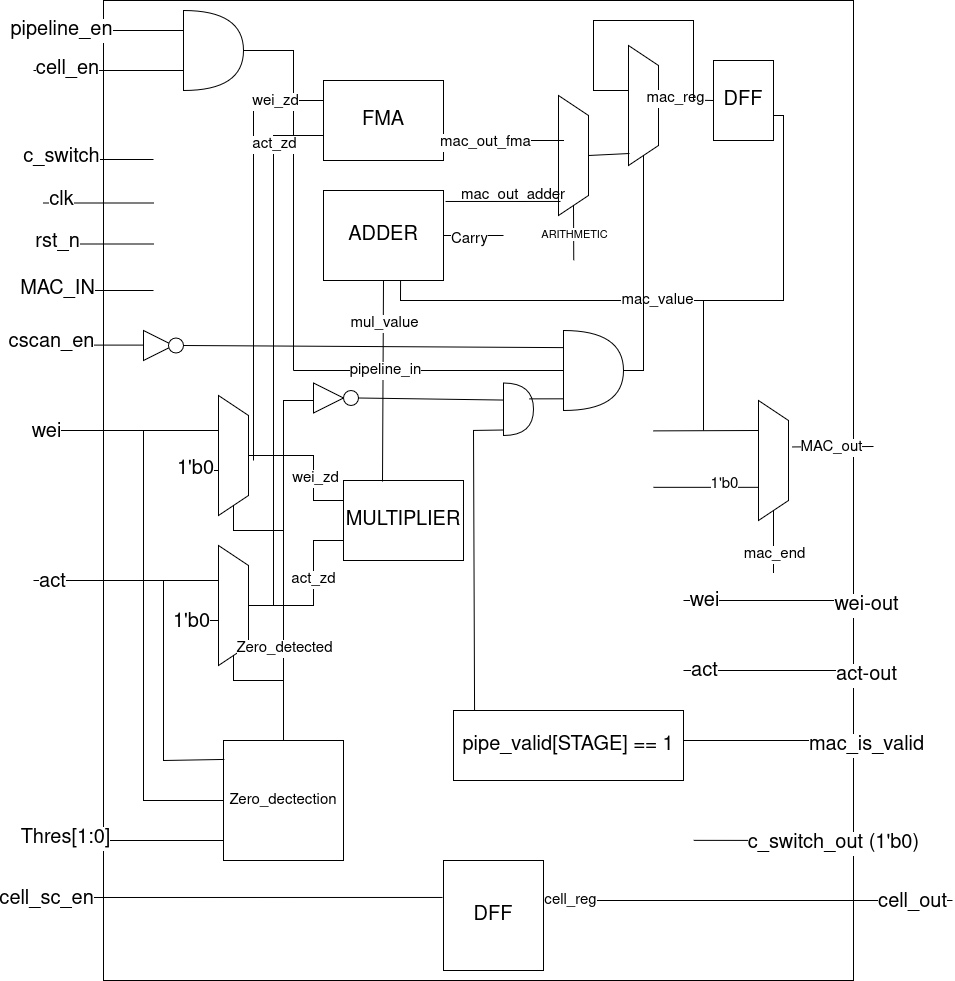
MinhKhaNe/SYSTOLIC_ARRAY keeps this draw.io diagram as image/PE_OS.png. Above is the earlier version. Source tidied: cells renumbered, new cells last; positions are measured from the earlier drawing's top-left corner, leaving out a move shared by most shapes.
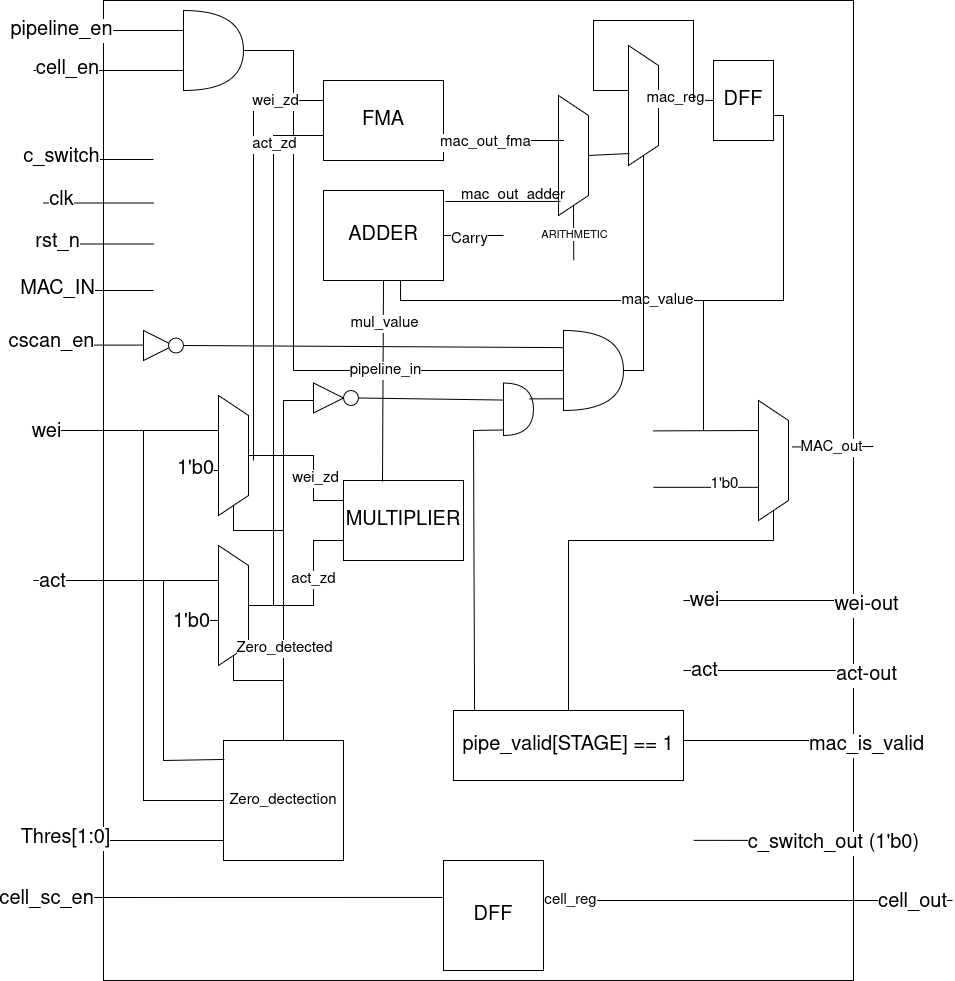
The same diagram one commit later.

The edit, as a diff of the source:
```diff
@@ -360,12 +360,9 @@
     </mxCell>
     <mxCell id="80" style="endArrow=none;html=1;rounded=0;entryX=1;entryY=0.5;entryDx=0;entryDy=0;" parent="1" edge="1" target="79">
       <mxGeometry relative="1" as="geometry">
-        <mxPoint x="740" y="572.5" as="sourcePoint" />
+        <mxPoint x="740" y="540" as="sourcePoint" />
       </mxGeometry>
     </mxCell>
-    <mxCell id="81" value="&lt;font style=&quot;font-size: 15px;&quot;&gt;mac_end&lt;/font&gt;" style="edgeLabel;html=1;align=center;verticalAlign=middle;" parent="80" vertex="1">
-      <mxGeometry x="-0.4" relative="1" as="geometry" />
-    </mxCell>
     <mxCell id="82" style="endArrow=none;html=1;rounded=0;entryX=0.25;entryY=1;entryDx=0;entryDy=0;exitX=0.64;exitY=0.406;exitDx=0;exitDy=0;exitPerimeter=0;" parent="1" edge="1" target="79">
       <mxGeometry relative="1" as="geometry">
         <mxPoint x="620" y="430.4" as="sourcePoint" />
@@ -479,5 +476,13 @@
     <mxCell id="107" style="endArrow=none;html=1;rounded=0;entryX=0.867;entryY=0.302;entryDx=0;entryDy=0;entryPerimeter=0;exitX=0.007;exitY=0.854;exitDx=0;exitDy=0;exitPerimeter=0;" parent="1" edge="1" source="104" target="106">
       <mxGeometry relative="1" as="geometry" />
     </mxCell>
+    <mxCell id="108" style="endArrow=none;html=1;rounded=0;exitX=0.5;exitY=0;exitDx=0;exitDy=0;" parent="1" edge="1" source="100">
+      <mxGeometry relative="1" as="geometry">
+        <mxPoint x="740" y="540" as="targetPoint" />
+        <Array as="points">
+          <mxPoint x="535" y="540" />
+        </Array>
+      </mxGeometry>
+    </mxCell>
   </root>
 </mxGraphModel>
```
